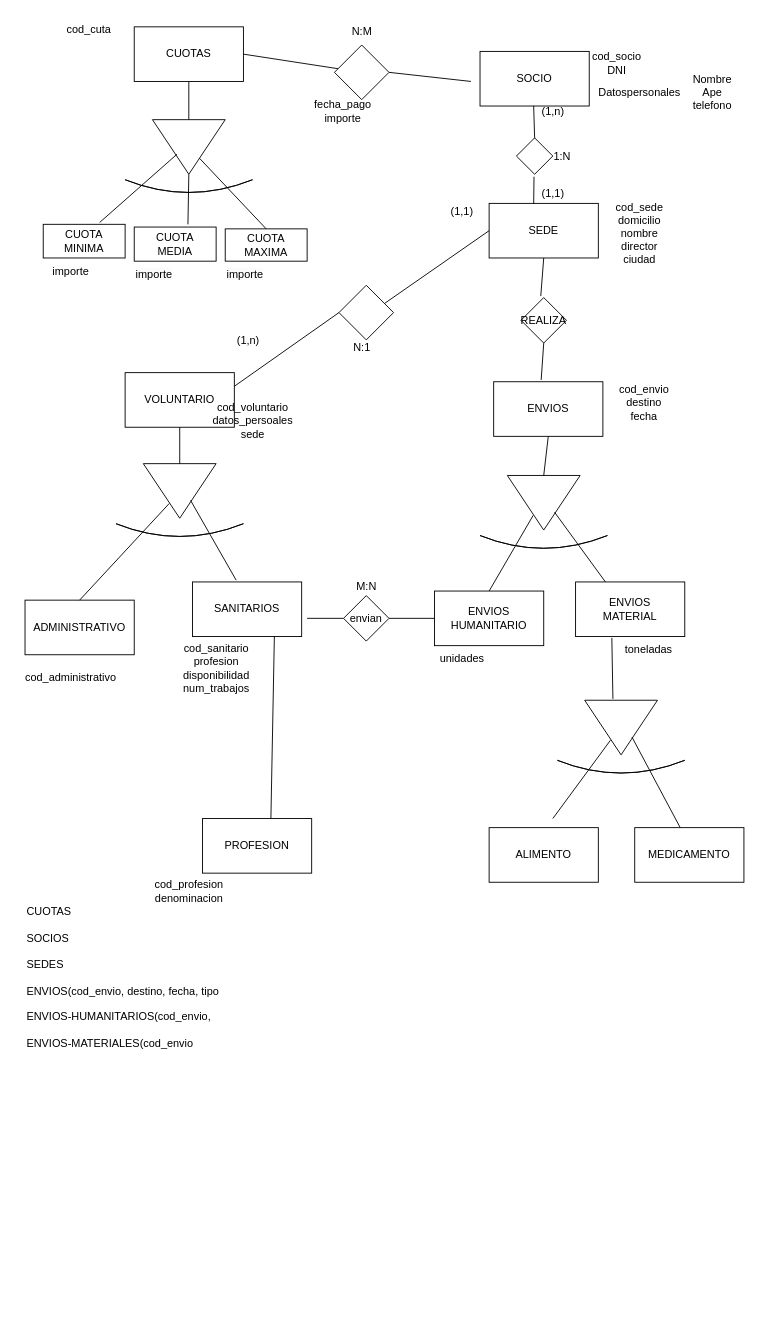
Above: act9,eje1.drawio in rubensp2811/BBDD (draw.io), before the change. Source tidied: cells renumbered, new cells numbered last; positions are measured from the earlier drawing's top-left corner, leaving out a move shared by most shapes. Both pictures are drawn from the tidied source at 91%, with x=0, y=0 at pixel (15, 15).
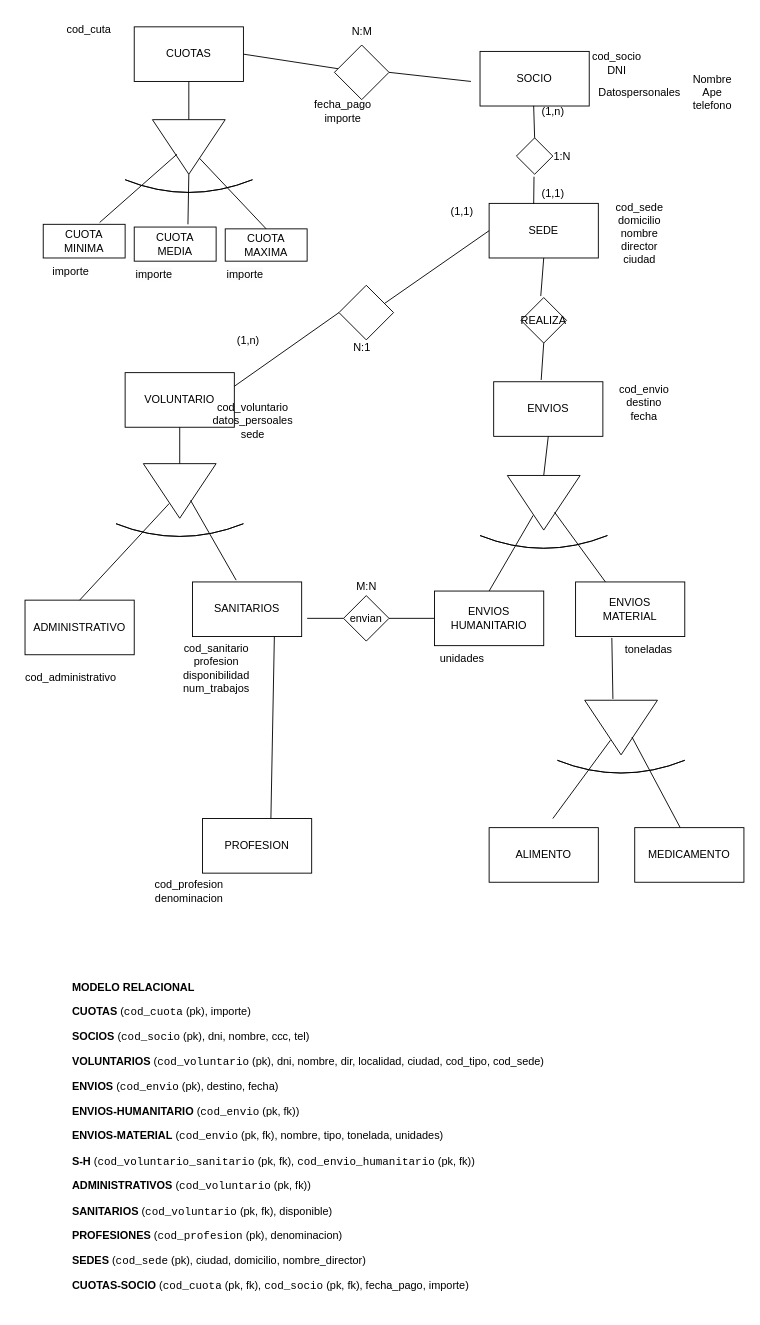
Above is the later version.

The edit, as a diff of the source:
```diff
@@
-    <mxCell id="78" value="CUOTAS&lt;div&gt;&lt;br&gt;&lt;/div&gt;&lt;div&gt;SOCIOS&lt;/div&gt;&lt;div&gt;&lt;br&gt;&lt;/div&gt;&lt;div&gt;SEDES&lt;/div&gt;&lt;div&gt;&lt;br&gt;&lt;/div&gt;&lt;div&gt;ENVIOS(cod_envio, destino, fecha, tipo&lt;/div&gt;&lt;div&gt;&lt;br&gt;&lt;/div&gt;&lt;div&gt;ENVIOS-HUMANITARIOS(cod_envio,&lt;/div&gt;&lt;div&gt;&lt;br&gt;&lt;/div&gt;&lt;div&gt;ENVIOS-MATERIALES(cod_envio&lt;/div&gt;" style="text;html=1;align=left;verticalAlign=middle;strokeColor=none;fillColor=none;" parent="1" vertex="1">
-      <mxGeometry x="10" y="972" width="230" height="170" as="geometry" />
-    </mxCell>
+    <mxCell id="79" value="&lt;p&gt;&lt;strong&gt;MODELO RELACIONAL&lt;/strong&gt;&lt;/p&gt;&lt;p&gt;&lt;strong&gt;CUOTAS&lt;/strong&gt; (&lt;code&gt;cod_cuota&lt;/code&gt; (pk), importe)&lt;/p&gt;&lt;p&gt;&lt;strong&gt;SOCIOS&lt;/strong&gt; (&lt;code&gt;cod_socio&lt;/code&gt; (pk), dni, nombre, ccc, tel)&lt;/p&gt;&lt;p&gt;&lt;strong&gt;VOLUNTARIOS&lt;/strong&gt; (&lt;code&gt;cod_voluntario&lt;/code&gt; (pk), dni, nombre, dir, localidad, ciudad, cod_tipo, cod_sede)&lt;/p&gt;&lt;p&gt;&lt;strong&gt;ENVIOS&lt;/strong&gt; (&lt;code&gt;cod_envio&lt;/code&gt; (pk), destino, fecha)&lt;/p&gt;&lt;p&gt;&lt;strong&gt;ENVIOS-HUMANITARIO&lt;/strong&gt; (&lt;code&gt;cod_envio&lt;/code&gt; (pk, fk))&lt;/p&gt;&lt;p&gt;&lt;strong&gt;ENVIOS-MATERIAL&lt;/strong&gt; (&lt;code&gt;cod_envio&lt;/code&gt; (pk, fk), nombre, tipo, tonelada, unidades)&lt;/p&gt;&lt;p&gt;&lt;strong&gt;S-H&lt;/strong&gt; (&lt;code&gt;cod_voluntario_sanitario&lt;/code&gt; (pk, fk), &lt;code&gt;cod_envio_humanitario&lt;/code&gt; (pk, fk))&lt;/p&gt;&lt;p&gt;&lt;strong&gt;ADMINISTRATIVOS&lt;/strong&gt; (&lt;code&gt;cod_voluntario&lt;/code&gt; (pk, fk))&lt;/p&gt;&lt;p&gt;&lt;strong&gt;SANITARIOS&lt;/strong&gt; (&lt;code&gt;cod_voluntario&lt;/code&gt; (pk, fk), disponible)&lt;/p&gt;&lt;p&gt;&lt;strong&gt;PROFESIONES&lt;/strong&gt; (&lt;code&gt;cod_profesion&lt;/code&gt; (pk), denominacion)&lt;/p&gt;&lt;p&gt;&lt;strong&gt;SEDES&lt;/strong&gt; (&lt;code&gt;cod_sede&lt;/code&gt; (pk), ciudad, domicilio, nombre_director)&lt;/p&gt;&lt;p&gt;&lt;strong&gt;CUOTAS-SOCIO&lt;/strong&gt; (&lt;code&gt;cod_cuota&lt;/code&gt; (pk, fk), &lt;code&gt;cod_socio&lt;/code&gt; (pk, fk), fecha_pago, importe)&lt;/p&gt;" style="text;whiteSpace=wrap;html=1;" parent="1" vertex="1">
+      <mxGeometry x="60" y="1042" width="570" height="380" as="geometry" />
+    </mxCell>
```
